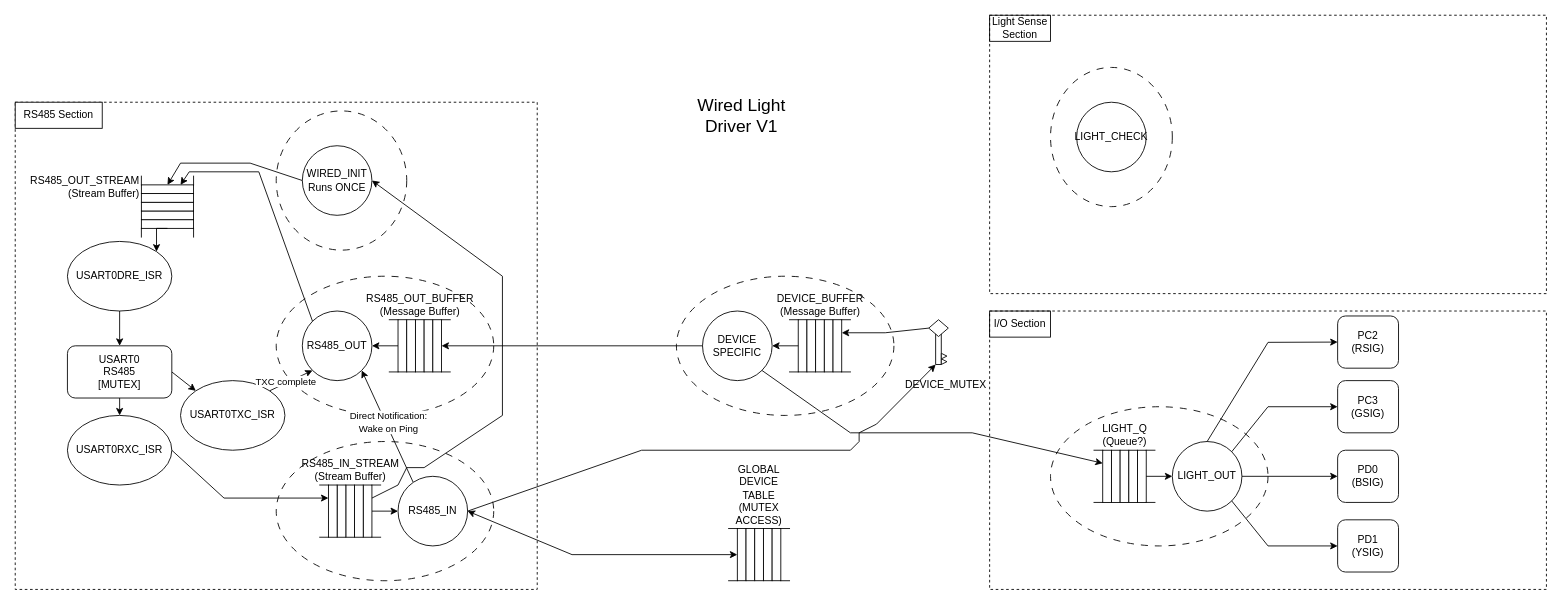
Earlier version of the draw.io diagram Software/MVP/WLD/WLD RTOS v1.drawio (lcq309/ENEL400). Source tidied: cells renumbered, new cells numbered last; positions are measured from the earlier drawing's top-left corner, leaving out a move shared by most shapes. Both pictures are drawn from the tidied source at 87%, with x=0, y=0 at pixel (15, 15).
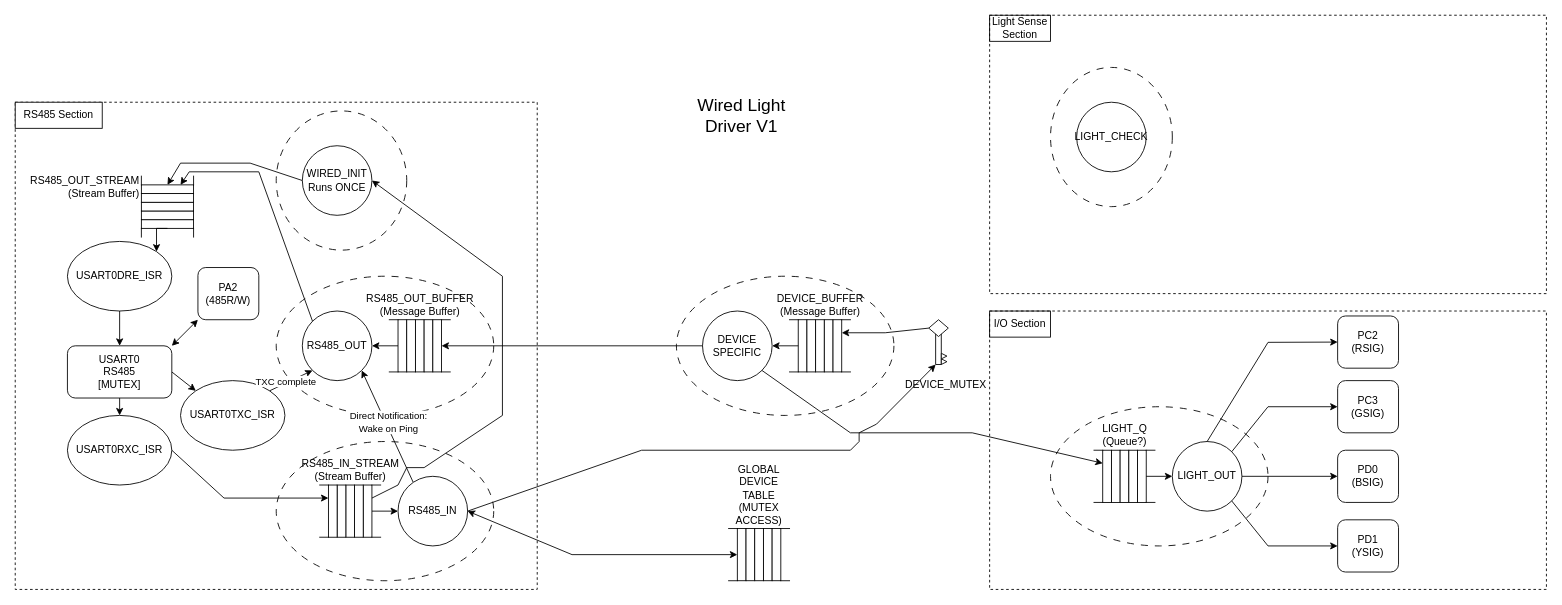
The same diagram, later.

The change refers to these unchanged cells:
```xml
<mxCell id="5" value="USART0&lt;div&gt;RS485&lt;/div&gt;&lt;div&gt;[MUTEX]&lt;/div&gt;" style="rounded=1;whiteSpace=wrap;html=1;" parent="1" vertex="1">
  <mxGeometry x="60" y="380" width="120" height="60" as="geometry" />
</mxCell>
```

Change to the diagram source:
```diff
@@
+    <mxCell id="111" style="rounded=0;jettySize=auto;html=1;exitX=0;exitY=1;exitDx=0;exitDy=0;entryX=1;entryY=0;entryDx=0;entryDy=0;startArrow=classic;startFill=1;" parent="1" edge="1" source="112" target="5">
+      <mxGeometry relative="1" as="geometry" />
+    </mxCell>
+    <mxCell id="112" value="&lt;div&gt;PA2&lt;/div&gt;&lt;div&gt;(485R/W)&lt;/div&gt;" style="rounded=1;whiteSpace=wrap;html=1;" parent="1" vertex="1">
+      <mxGeometry x="210" y="290" width="70" height="60" as="geometry" />
+    </mxCell>
```
